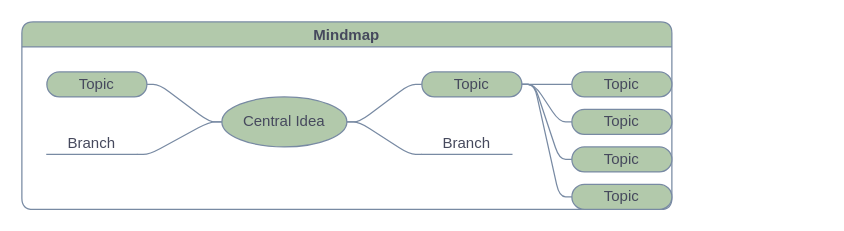
This is Untitled Diagram.drawio from gaoyangzhou/draw.io, a draw.io file, before an edit. Source tidied: cells renumbered, new cells numbered last; positions are measured from the earlier drawing's top-left corner, leaving out a move shared by most shapes. Both pictures are drawn from the tidied source at 125%, with x=0, y=0 at pixel (21, 21).
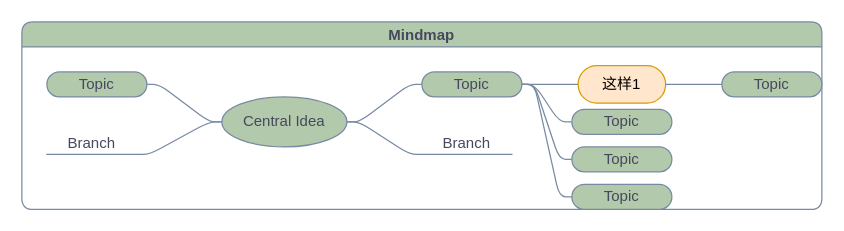
After the change.

Diff of the diagram source:
```diff
@@
     <mxCell id="2" value="Mindmap" style="swimlane;startSize=20;horizontal=1;containerType=tree;rounded=1;fillColor=#B2C9AB;strokeColor=#788AA3;fontColor=#46495D;" parent="1" vertex="1">
-      <mxGeometry width="520" height="150" as="geometry" />
+      <mxGeometry width="640" height="150" as="geometry" />
     </mxCell>
@@
-    <mxCell id="13" value="Topic" style="whiteSpace=wrap;html=1;arcSize=50;align=center;verticalAlign=middle;strokeWidth=1;spacing=4;newEdgeStyle={&quot;edgeStyle&quot;:&quot;entityRelationEdgeStyle&quot;,&quot;startArrow&quot;:&quot;none&quot;,&quot;endArrow&quot;:&quot;none&quot;,&quot;segment&quot;:10,&quot;curved&quot;:1};rounded=1;fillColor=#B2C9AB;strokeColor=#788AA3;fontColor=#46495D;" parent="2" vertex="1">
-      <mxGeometry x="440" y="40" width="80" height="20" as="geometry" />
+    <mxCell id="13" value="这样1" style="whiteSpace=wrap;html=1;arcSize=50;align=center;verticalAlign=middle;strokeWidth=1;spacing=4;newEdgeStyle={&quot;edgeStyle&quot;:&quot;entityRelationEdgeStyle&quot;,&quot;startArrow&quot;:&quot;none&quot;,&quot;endArrow&quot;:&quot;none&quot;,&quot;segment&quot;:10,&quot;curved&quot;:1};rounded=1;fillColor=#ffe6cc;strokeColor=#d79b00;" parent="2" vertex="1">
+      <mxGeometry x="445" y="35" width="70" height="30" as="geometry" />
     </mxCell>
@@
+    <mxCell id="20" style="edgeStyle=entityRelationEdgeStyle;startArrow=none;endArrow=none;segment=10;strokeColor=#788AA3;fontColor=#46495D;" parent="2" edge="1" source="13" target="21">
+      <mxGeometry relative="1" as="geometry" />
+    </mxCell>
+    <mxCell id="21" value="Topic" style="whiteSpace=wrap;html=1;arcSize=50;align=center;verticalAlign=middle;strokeWidth=1;spacing=4;newEdgeStyle={&quot;edgeStyle&quot;:&quot;entityRelationEdgeStyle&quot;,&quot;startArrow&quot;:&quot;none&quot;,&quot;endArrow&quot;:&quot;none&quot;,&quot;segment&quot;:10,&quot;curved&quot;:1};rounded=1;fillColor=#B2C9AB;strokeColor=#788AA3;fontColor=#46495D;" parent="2" vertex="1">
+      <mxGeometry x="560" y="40" width="80" height="20" as="geometry" />
+    </mxCell>
```
